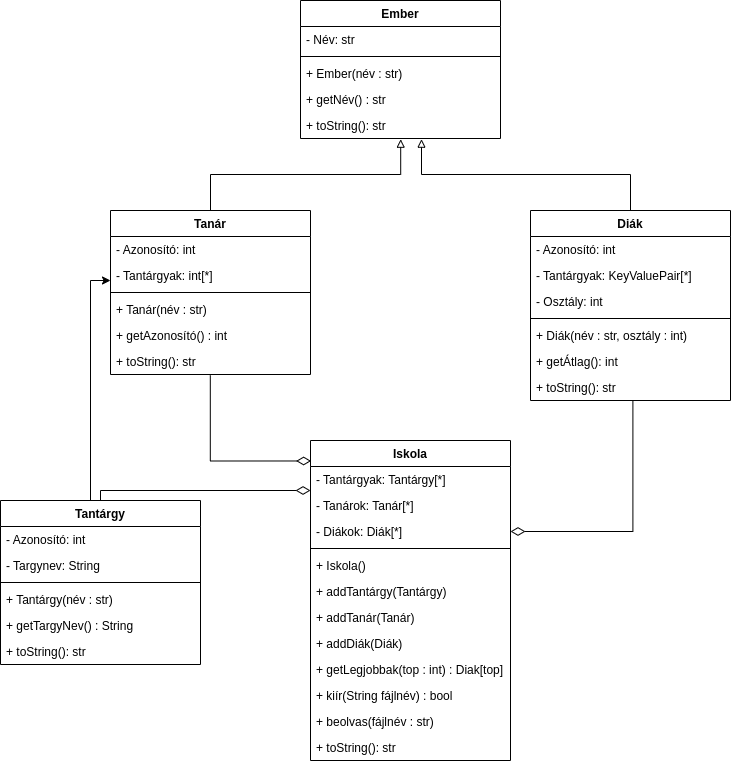
Earlier version of the draw.io export ElosztottAlkalmazasokUML.drawio.png (KincsesMartonV1GS5D/ElosztottAlk). Source tidied: cells renumbered, new cells last; positions are measured from the earlier drawing's top-left corner, leaving out a move shared by most shapes.
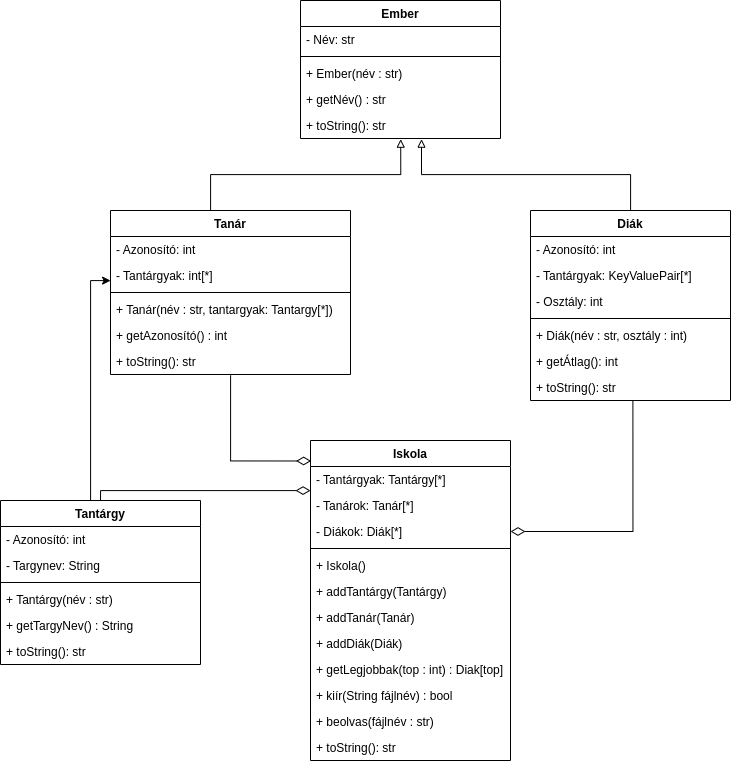
Later version of the same file.

Commit message:
UML updated with Tanar constructor modification

Diff of the diagram source:
```diff
@@ -11,25 +11,25 @@
       </mxGeometry>
     </mxCell>
     <mxCell id="3" value="Tanár" style="swimlane;fontStyle=1;align=center;verticalAlign=top;horizontal=1;startSize=26;" parent="1" vertex="1">
-      <mxGeometry x="110" y="210" width="200" height="164" as="geometry" />
+      <mxGeometry x="110" y="210" width="240" height="164" as="geometry" />
     </mxCell>
     <mxCell id="4" value="- Azonosító: int" style="text;strokeColor=none;fillColor=none;align=left;verticalAlign=top;spacingLeft=4;spacingRight=4;overflow=hidden;" parent="3" vertex="1">
-      <mxGeometry y="26" width="200" height="26" as="geometry" />
+      <mxGeometry y="26" width="240" height="26" as="geometry" />
     </mxCell>
     <mxCell id="5" value="- Tantárgyak: int[*]" style="text;strokeColor=none;fillColor=none;align=left;verticalAlign=top;spacingLeft=4;spacingRight=4;overflow=hidden;" parent="3" vertex="1">
-      <mxGeometry y="52" width="200" height="26" as="geometry" />
+      <mxGeometry y="52" width="240" height="26" as="geometry" />
     </mxCell>
     <mxCell id="6" style="line;strokeWidth=1;fillColor=none;align=left;verticalAlign=middle;spacingTop=-1;spacingLeft=3;spacingRight=3;labelPosition=right;" parent="3" vertex="1">
-      <mxGeometry y="78" width="200" height="8" as="geometry" />
+      <mxGeometry y="78" width="240" height="8" as="geometry" />
     </mxCell>
-    <mxCell id="7" value="+ Tanár(név : str)" style="text;strokeColor=none;fillColor=none;align=left;verticalAlign=top;spacingLeft=4;spacingRight=4;overflow=hidden;" parent="3" vertex="1">
-      <mxGeometry y="86" width="200" height="26" as="geometry" />
+    <mxCell id="7" value="+ Tanár(név : str, tantargyak: Tantargy[*])" style="text;strokeColor=none;fillColor=none;align=left;verticalAlign=top;spacingLeft=4;spacingRight=4;overflow=hidden;" parent="3" vertex="1">
+      <mxGeometry y="86" width="240" height="26" as="geometry" />
     </mxCell>
     <mxCell id="8" value="+ getAzonosító() : int" style="text;strokeColor=none;fillColor=none;align=left;verticalAlign=top;spacingLeft=4;spacingRight=4;overflow=hidden;" parent="3" vertex="1">
-      <mxGeometry y="112" width="200" height="26" as="geometry" />
+      <mxGeometry y="112" width="240" height="26" as="geometry" />
     </mxCell>
     <mxCell id="9" value="+ toString(): str" style="text;strokeColor=none;fillColor=none;align=left;verticalAlign=top;spacingLeft=4;spacingRight=4;overflow=hidden;points=[[0,0.5],[1,0.5]];portConstraint=eastwest;" parent="3" vertex="1">
-      <mxGeometry y="138" width="200" height="26" as="geometry" />
+      <mxGeometry y="138" width="240" height="26" as="geometry" />
     </mxCell>
     <mxCell id="10" style="edgeStyle=orthogonalEdgeStyle;rounded=0;jettySize=auto;html=1;entryX=0.605;entryY=1.026;entryDx=0;entryDy=0;entryPerimeter=0;endArrow=block;endFill=0;" parent="1" edge="1" source="11" target="24">
       <mxGeometry relative="1" as="geometry" />
@@ -155,7 +155,8 @@
     <mxCell id="47" style="edgeStyle=orthogonalEdgeStyle;rounded=0;jettySize=auto;html=1;entryX=0.499;entryY=1.033;entryDx=0;entryDy=0;entryPerimeter=0;startArrow=diamondThin;startFill=0;endArrow=none;endFill=0;startSize=12;endSize=6;exitX=0.003;exitY=0.064;exitDx=0;exitDy=0;exitPerimeter=0;" parent="1" edge="1" source="33" target="9">
       <mxGeometry relative="1" as="geometry">
         <Array as="points">
-          <mxPoint x="210" y="461" />
+          <mxPoint x="230" y="461" />
+          <mxPoint x="230" y="375" />
         </Array>
       </mxGeometry>
     </mxCell>
```
